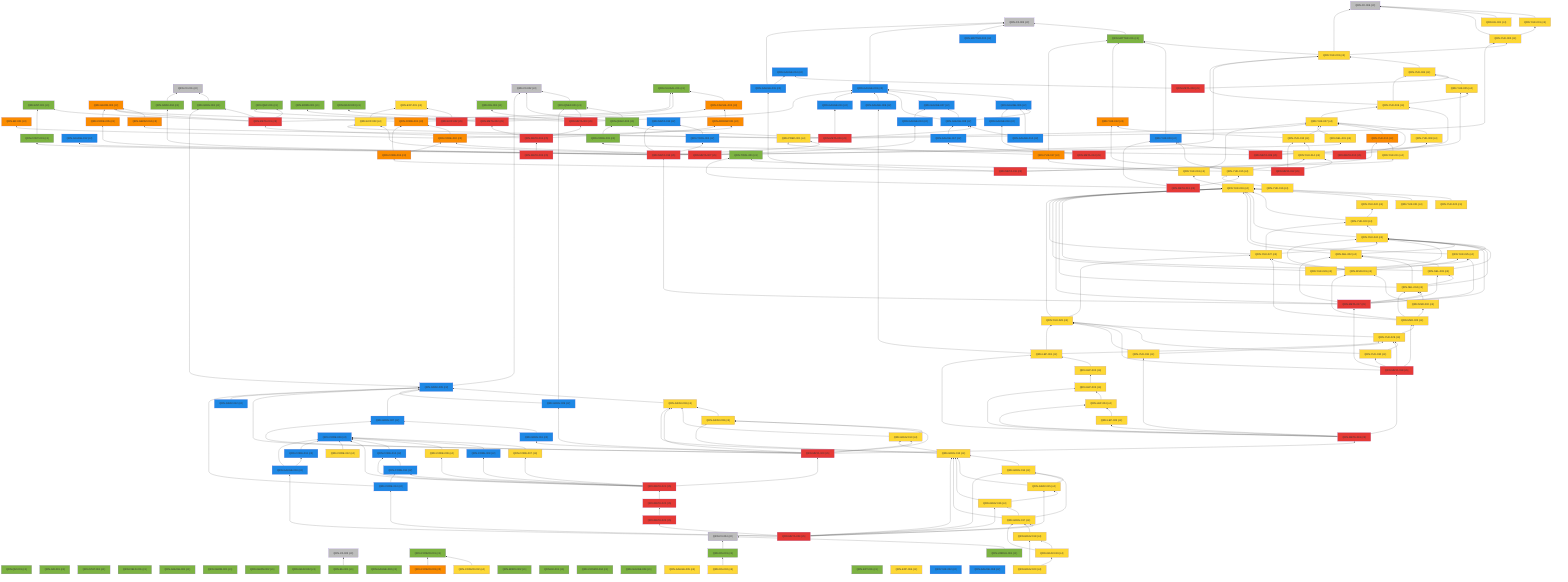
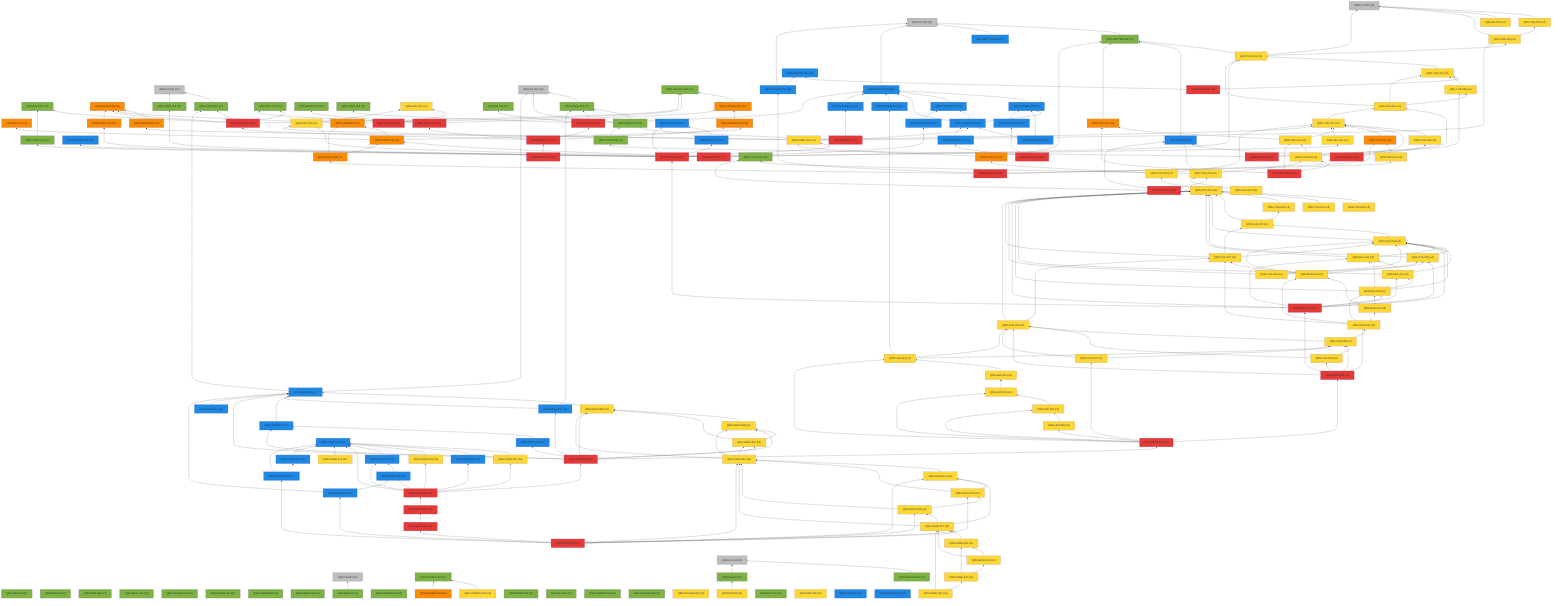
%% 自動生成 (dag/report.pl) — QRN 主張依存グラフ
graph BT
  QRN_C0_001["QRN-C0-001 (c0)"]:::c0
  QRN_C0_002["QRN-C0-002 (c0)"]:::c0
  QRN_C0_003["QRN-C0-003 (c0)"]:::c0
  QRN_C0_004["QRN-C0-004 (c0)"]:::c0
  QRN_C0_005["QRN-C0-005 (c0)"]:::c0
  QRN_C0_006["QRN-C0-006 (c0)"]:::c0
  QRN_QM_001["QRN-QM-001 (c1)"]:::c1
  QRN_GR_001["QRN-GR-001 (c1)"]:::c1
  QRN_STAT_001["QRN-STAT-001 (c1)"]:::c1
  QRN_FIELD_001["QRN-FIELD-001 (c1)"]:::c1
  QRN_GAUGE_001["QRN-GAUGE-001 (c1)"]:::c1
  QRN_ENT_001["QRN-ENT-001 (c1)"]:::c1
  QRN_GEOM_001["QRN-GEOM-001 (c1)"]:::c1
  QRN_GEOM_002["QRN-GEOM-002 (c1)"]:::c1
  QRN_GEOM_003["QRN-GEOM-003 (c3)"]:::c3
  QRN_GRAV_001["QRN-GRAV-001 (c1)"]:::c1
  QRN_GRAV_002["QRN-GRAV-002 (c1)"]:::c1
  QRN_BH_001["QRN-BH-001 (c1)"]:::c1
  QRN_CAUSAL_001["QRN-CAUSAL-001 (c1)"]:::c1
  QRN_CAUSAL_002["QRN-CAUSAL-002 (c3)"]:::c3
  QRN_ER_001["QRN-ER-001 (c3)"]:::c3
  QRN_QEC_001["QRN-QEC-001 (c1)"]:::c1
  QRN_GAUGE_002["QRN-GAUGE-002 (c1)"]:::c1
  QRN_COSMO_001["QRN-COSMO-001 (c1)"]:::c1
  QRN_COSMO_002["QRN-COSMO-002 (c4)"]:::c4
  QRN_COSMO_003["QRN-COSMO-003 (c3)"]:::c3
  QRN_BORN_001["QRN-BORN-001 (c1)"]:::c1
  QRN_BORN_002["QRN-BORN-002 (c1)"]:::c1
  QRN_GRAV_003["QRN-GRAV-003 (c1)"]:::c1
  QRN_KK_001["QRN-KK-001 (c1)"]:::c1
  QRN_MATTER_001["QRN-MATTER-001 (c1)"]:::c1
  QRN_MATTER_002["QRN-MATTER-002 (c2)"]:::c2
  QRN_COSMO_004["QRN-COSMO-004 (c1)"]:::c1
  QRN_EXP_001["QRN-EXP-001 (c4)"]:::c4
  QRN_GAUGE_003["QRN-GAUGE-003 (c2)"]:::c2
  QRN_GAUGE_004["QRN-GAUGE-004 (c1)"]:::c1
  QRN_GAUGE_005["QRN-GAUGE-005 (c4)"]:::c4
  QRN_YUK_001["QRN-YUK-001 (c4)"]:::c4
  QRN_RG_001["QRN-RG-001 (c1)"]:::c1
  QRN_UNRUH_001["QRN-UNRUH-001 (c1)"]:::c1
  QRN_QNEC_001["QRN-QNEC-001 (c1)"]:::c1
  QRN_NU_001["QRN-NU-001 (c4)"]:::c4
  QRN_GAUGE_006["QRN-GAUGE-006 (c2)"]:::c2
  QRN_DS_001["QRN-DS-001 (c1)"]:::c1
  QRN_DS_002["QRN-DS-002 (c4)"]:::c4
  QRN_ARROW_001["QRN-ARROW-001 (c3)"]:::c3
  QRN_GAUGE_007["QRN-GAUGE-007 (c2)"]:::c2
  QRN_EFT_001["QRN-EFT-001 (c1)"]:::c1
  QRN_GAUGE_008["QRN-GAUGE-008 (c2)"]:::c2
  QRN_GAUGE_009["QRN-GAUGE-009 (c2)"]:::c2
  QRN_GAUGE_010["QRN-GAUGE-010 (c2)"]:::c2
  QRN_QNEC_002["QRN-QNEC-002 (c1)"]:::c1
  QRN_GEOM_004["QRN-GEOM-004 (c3)"]:::c3
  QRN_YUK_002["QRN-YUK-002 (c4)"]:::c4
  QRN_EXP_002["QRN-EXP-002 (c5)"]:::c5
  QRN_CORE_001["QRN-CORE-001 (c3)"]:::c3
  QRN_GAUGE_011["QRN-GAUGE-011 (c2)"]:::c2
  QRN_GAUGE_012["QRN-GAUGE-012 (c2)"]:::c2
  QRN_YUK_003["QRN-YUK-003 (c4)"]:::c4
  QRN_EXP_003["QRN-EXP-003 (c4)"]:::c4
  QRN_CORE_002["QRN-CORE-002 (c3)"]:::c3
  QRN_GAUGE_013["QRN-GAUGE-013 (c2)"]:::c2
  QRN_YUK_004["QRN-YUK-004 (c4)"]:::c4
  QRN_GAUGE_014["QRN-GAUGE-014 (c2)"]:::c2
  QRN_META_001["QRN-META-001 (c5)"]:::c5
  QRN_META_002["QRN-META-002 (c5)"]:::c5
  QRN_META_003["QRN-META-003 (c5)"]:::c5
  QRN_META_004["QRN-META-004 (c5)"]:::c5
  QRN_META_005["QRN-META-005 (c5)"]:::c5
  QRN_META_006["QRN-META-006 (c5)"]:::c5
  QRN_META_007["QRN-META-007 (c5)"]:::c5
  QRN_META_008["QRN-META-008 (c5)"]:::c5
  QRN_YUK_005["QRN-YUK-005 (c4)"]:::c4
  QRN_YUK_006["QRN-YUK-006 (c4)"]:::c4
  QRN_CORE_003["QRN-CORE-003 (c1)"]:::c1
  QRN_META_009["QRN-META-009 (c5)"]:::c5
  QRN_YUK_007["QRN-YUK-007 (c4)"]:::c4
  QRN_YUK_008["QRN-YUK-008 (c4)"]:::c4
  QRN_YUK_009["QRN-YUK-009 (c2)"]:::c2
  QRN_META_010["QRN-META-010 (c5)"]:::c5
  QRN_GAUGE_015["QRN-GAUGE-015 (c2)"]:::c2
  QRN_YUK_010["QRN-YUK-010 (c3)"]:::c3
  QRN_YUK_011["QRN-YUK-011 (c4)"]:::c4
  QRN_CORE_004["QRN-CORE-004 (c3)"]:::c3
  QRN_META_011["QRN-META-011 (c5)"]:::c5
  QRN_YUK_012["QRN-YUK-012 (c3)"]:::c3
  QRN_YUK_013["QRN-YUK-013 (c4)"]:::c4
  QRN_YUK_014["QRN-YUK-014 (c4)"]:::c4
  QRN_META_012["QRN-META-012 (c5)"]:::c5
  QRN_TOOL_001["QRN-TOOL-001 (c1)"]:::c1
  QRN_YUK_015["QRN-YUK-015 (c4)"]:::c4
  QRN_META_013["QRN-META-013 (c5)"]:::c5
  QRN_GAUGE_016["QRN-GAUGE-016 (c2)"]:::c2
  QRN_GAUGE_017["QRN-GAUGE-017 (c2)"]:::c2
  QRN_META_014["QRN-META-014 (c5)"]:::c5
  QRN_META_015["QRN-META-015 (c2)"]:::c2
  QRN_TOOL_002["QRN-TOOL-002 (c2)"]:::c2
  QRN_CORE_005["QRN-CORE-005 (c3)"]:::c3
  QRN_CONT_001["QRN-CONT-001 (c1)"]:::c1
  QRN_SEL_001["QRN-SEL-001 (c4)"]:::c4
  QRN_GRAV_004["QRN-GRAV-004 (c1)"]:::c1
  QRN_PRED_001["QRN-PRED-001 (c4)"]:::c4
  QRN_META_016["QRN-META-016 (c5)"]:::c5
  QRN_YUK_016["QRN-YUK-016 (c4)"]:::c4
  QRN_YUK_017["QRN-YUK-017 (c3)"]:::c3
  QRN_YUK_018["QRN-YUK-018 (c4)"]:::c4
  QRN_YUK_019["QRN-YUK-019 (c4)"]:::c4
  QRN_YUK_020["QRN-YUK-020 (c4)"]:::c4
  QRN_YUK_021["QRN-YUK-021 (c4)"]:::c4
  QRN_YUK_022["QRN-YUK-022 (c4)"]:::c4
  QRN_YUK_023["QRN-YUK-023 (c4)"]:::c4
  QRN_YUK_024["QRN-YUK-024 (c4)"]:::c4
  QRN_YUK_025["QRN-YUK-025 (c4)"]:::c4
  QRN_SEL_002["QRN-SEL-002 (c4)"]:::c4
  QRN_SEL_003["QRN-SEL-003 (c4)"]:::c4
  QRN_SEL_004["QRN-SEL-004 (c4)"]:::c4
  QRN_META_017["QRN-META-017 (c5)"]:::c5
  QRN_YUK_026["QRN-YUK-026 (c4)"]:::c4
  QRN_YUK_027["QRN-YUK-027 (c4)"]:::c4
  QRN_MSR_001["QRN-MSR-001 (c4)"]:::c4
  QRN_MSR_002["QRN-MSR-002 (c4)"]:::c4
  QRN_MSR_003["QRN-MSR-003 (c4)"]:::c4
  QRN_YUK_028["QRN-YUK-028 (c4)"]:::c4
  QRN_YUK_029["QRN-YUK-029 (c4)"]:::c4
  QRN_YUK_030["QRN-YUK-030 (c4)"]:::c4
  QRN_META_018["QRN-META-018 (c5)"]:::c5
  QRN_YUK_031["QRN-YUK-031 (c4)"]:::c4
  QRN_LEP_001["QRN-LEP-001 (c4)"]:::c4
  QRN_LEP_002["QRN-LEP-002 (c4)"]:::c4
  QRN_LEP_003["QRN-LEP-003 (c4)"]:::c4
  QRN_LEP_004["QRN-LEP-004 (c4)"]:::c4
  QRN_LEP_005["QRN-LEP-005 (c4)"]:::c4
  QRN_META_019["QRN-META-019 (c5)"]:::c5
  QRN_GRAV_005["QRN-GRAV-005 (c2)"]:::c2
  QRN_GRAV_006["QRN-GRAV-006 (c4)"]:::c4
  QRN_GRAV_007["QRN-GRAV-007 (c2)"]:::c2
  QRN_GRAV_008["QRN-GRAV-008 (c4)"]:::c4
  QRN_GRAV_009["QRN-GRAV-009 (c2)"]:::c2
  QRN_GRAV_010["QRN-GRAV-010 (c4)"]:::c4
  QRN_GRAV_011["QRN-GRAV-011 (c2)"]:::c2
  QRN_META_020["QRN-META-020 (c5)"]:::c5
  QRN_CORE_006["QRN-CORE-006 (c2)"]:::c2
  QRN_CORE_007["QRN-CORE-007 (c4)"]:::c4
  QRN_CORE_008["QRN-CORE-008 (c2)"]:::c2
  QRN_CORE_009["QRN-CORE-009 (c4)"]:::c4
  QRN_CORE_010["QRN-CORE-010 (c2)"]:::c2
  QRN_CORE_011["QRN-CORE-011 (c2)"]:::c2
  QRN_META_021["QRN-META-021 (c5)"]:::c5
  QRN_CORE_012["QRN-CORE-012 (c4)"]:::c4
  QRN_EXP_004["QRN-EXP-004 (c4)"]:::c4
  QRN_CORE_013["QRN-CORE-013 (c2)"]:::c2
  QRN_GRAV_012["QRN-GRAV-012 (c2)"]:::c2
  QRN_YUK_032["QRN-YUK-032 (c2)"]:::c2
  QRN_GAUGE_018["QRN-GAUGE-018 (c2)"]:::c2
  QRN_META_022["QRN-META-022 (c5)"]:::c5
  QRN_META_023["QRN-META-023 (c5)"]:::c5
  QRN_CORE_014["QRN-CORE-014 (c2)"]:::c2
  QRN_GRAV_013["QRN-GRAV-013 (c4)"]:::c4
  QRN_GRAV_014["QRN-GRAV-014 (c4)"]:::c4
  QRN_GRAV_015["QRN-GRAV-015 (c4)"]:::c4
  QRN_GRAV_016["QRN-GRAV-016 (c4)"]:::c4
  QRN_GRAV_017["QRN-GRAV-017 (c4)"]:::c4
  QRN_GAUGE_019["QRN-GAUGE-019 (c2)"]:::c2
  QRN_META_024["QRN-META-024 (c5)"]:::c5
  QRN_GRAV_018["QRN-GRAV-018 (c4)"]:::c4
  QRN_GRAV_019["QRN-GRAV-019 (c4)"]:::c4
  QRN_GRAV_020["QRN-GRAV-020 (c4)"]:::c4
+   QRN_GRAV_021["QRN-GRAV-021 (c4)"]:::c4
  QRN_GRAV_001 --> QRN_C0_001
  QRN_BH_001 --> QRN_C0_003
  QRN_CAUSAL_002 --> QRN_CAUSAL_001
  QRN_COSMO_002 --> QRN_COSMO_001
  QRN_COSMO_003 --> QRN_COSMO_001
  QRN_MATTER_001 --> QRN_C0_005
  QRN_MATTER_002 --> QRN_C0_005
  QRN_GAUGE_003 --> QRN_C0_005
  QRN_YUK_001 --> QRN_C0_006
  QRN_UNRUH_001 --> QRN_C0_004
  QRN_QNEC_001 --> QRN_C0_002
  QRN_NU_001 --> QRN_C0_006
  QRN_GAUGE_006 --> QRN_GAUGE_003
  QRN_DS_001 --> QRN_C0_004
  QRN_DS_002 --> QRN_DS_001
  QRN_ARROW_001 --> QRN_CAUSAL_002
  QRN_GAUGE_007 --> QRN_GAUGE_003
  QRN_GAUGE_008 --> QRN_GAUGE_003
  QRN_GAUGE_008 --> QRN_GAUGE_006
  QRN_GAUGE_008 --> QRN_GAUGE_007
  QRN_GAUGE_009 --> QRN_GAUGE_003
  QRN_GAUGE_010 --> QRN_GAUGE_006
  QRN_GAUGE_010 --> QRN_GAUGE_008
  QRN_QNEC_002 --> QRN_C0_002
  QRN_QNEC_002 --> QRN_QNEC_001
  QRN_GEOM_004 --> QRN_GEOM_003
  QRN_YUK_002 --> QRN_C0_006
  QRN_YUK_002 --> QRN_YUK_001
  QRN_EXP_002 --> QRN_EXP_001
  QRN_CORE_001 --> QRN_GEOM_003
  QRN_CORE_001 --> QRN_CAUSAL_001
  QRN_GAUGE_011 --> QRN_GAUGE_003
  QRN_YUK_003 --> QRN_C0_006
  QRN_YUK_003 --> QRN_MATTER_001
  QRN_YUK_003 --> QRN_YUK_002
  QRN_EXP_003 --> QRN_EXP_001
  QRN_CORE_002 --> QRN_CORE_001
  QRN_CORE_002 --> QRN_ER_001
  QRN_CORE_002 --> QRN_ARROW_001
  QRN_GAUGE_013 --> QRN_GAUGE_007
  QRN_YUK_004 --> QRN_YUK_003
  QRN_META_001 --> QRN_GEOM_003
  QRN_META_001 --> QRN_GRAV_001
  QRN_META_001 --> QRN_CAUSAL_001
  QRN_META_001 --> QRN_QEC_001
  QRN_META_001 --> QRN_ENT_001
  QRN_META_002 --> QRN_QEC_001
  QRN_META_002 --> QRN_BORN_001
  QRN_META_002 --> QRN_CAUSAL_002
  QRN_META_003 --> QRN_GAUGE_003
  QRN_META_003 --> QRN_RG_001
  QRN_META_003 --> QRN_QNEC_001
  QRN_META_003 --> QRN_GRAV_003
  QRN_META_004 --> QRN_META_001
  QRN_META_004 --> QRN_META_002
  QRN_META_004 --> QRN_META_003
  QRN_META_004 --> QRN_ARROW_001
  QRN_META_005 --> QRN_META_004
  QRN_META_006 --> QRN_GAUGE_008
  QRN_META_006 --> QRN_QNEC_002
  QRN_META_006 --> QRN_GEOM_004
  QRN_META_006 --> QRN_YUK_002
  QRN_META_006 --> QRN_GAUGE_011
  QRN_META_007 --> QRN_GAUGE_012
  QRN_META_007 --> QRN_YUK_003
  QRN_META_007 --> QRN_EXP_003
  QRN_META_007 --> QRN_CORE_002
  QRN_META_007 --> QRN_GAUGE_013
  QRN_META_008 --> QRN_YUK_004
  QRN_META_008 --> QRN_GAUGE_014
  QRN_YUK_005 --> QRN_YUK_004
  QRN_YUK_006 --> QRN_YUK_003
  QRN_YUK_006 --> QRN_YUK_004
  QRN_YUK_006 --> QRN_YUK_005
  QRN_CORE_003 --> QRN_QNEC_002
  QRN_META_009 --> QRN_YUK_005
  QRN_META_009 --> QRN_YUK_006
  QRN_META_009 --> QRN_CORE_003
  QRN_YUK_007 --> QRN_YUK_006
  QRN_YUK_008 --> QRN_YUK_007
  QRN_YUK_009 --> QRN_MATTER_001
  QRN_META_010 --> QRN_YUK_007
  QRN_META_010 --> QRN_YUK_008
  QRN_META_010 --> QRN_YUK_009
  QRN_GAUGE_015 --> QRN_C0_005
  QRN_GAUGE_015 --> QRN_GAUGE_014
  QRN_YUK_010 --> QRN_YUK_007
  QRN_YUK_011 --> QRN_YUK_010
  QRN_CORE_004 --> QRN_CORE_001
  QRN_CORE_004 --> QRN_CORE_002
  QRN_META_011 --> QRN_GAUGE_015
  QRN_META_011 --> QRN_YUK_010
  QRN_META_011 --> QRN_YUK_011
  QRN_META_011 --> QRN_CORE_004
  QRN_YUK_012 --> QRN_MATTER_001
  QRN_YUK_013 --> QRN_YUK_012
  QRN_YUK_013 --> QRN_YUK_007
  QRN_YUK_014 --> QRN_YUK_013
  QRN_META_012 --> QRN_YUK_012
  QRN_META_012 --> QRN_YUK_013
  QRN_META_012 --> QRN_YUK_014
  QRN_YUK_015 --> QRN_YUK_014
  QRN_YUK_015 --> QRN_TOOL_001
  QRN_YUK_015 --> QRN_YUK_009
  QRN_META_013 --> QRN_YUK_015
  QRN_META_013 --> QRN_TOOL_001
  QRN_META_013 --> QRN_YUK_009
  QRN_GAUGE_016 --> QRN_GAUGE_006
  QRN_GAUGE_017 --> QRN_GAUGE_008
  QRN_META_014 --> QRN_GAUGE_016
  QRN_META_014 --> QRN_GAUGE_017
  QRN_TOOL_002 --> QRN_META_015
  QRN_CORE_005 --> QRN_GEOM_003
  QRN_CONT_001 --> QRN_ENT_001
  QRN_SEL_001 --> QRN_YUK_007
  QRN_GRAV_004 --> QRN_C0_001
  QRN_PRED_001 --> QRN_YUK_007
  QRN_PRED_001 --> QRN_EXP_003
  QRN_META_016 --> QRN_META_015
  QRN_META_016 --> QRN_TOOL_002
  QRN_META_016 --> QRN_CORE_005
  QRN_META_016 --> QRN_CONT_001
  QRN_META_016 --> QRN_SEL_001
  QRN_META_016 --> QRN_GRAV_004
  QRN_META_016 --> QRN_PRED_001
  QRN_YUK_016 --> QRN_YUK_015
  QRN_YUK_017 --> QRN_MATTER_001
  QRN_YUK_017 --> QRN_PRED_001
  QRN_YUK_018 --> QRN_YUK_017
  QRN_YUK_018 --> QRN_YUK_007
  QRN_YUK_019 --> QRN_YUK_018
  QRN_YUK_020 --> QRN_YUK_019
  QRN_YUK_021 --> QRN_YUK_019
  QRN_YUK_022 --> QRN_YUK_019
  QRN_YUK_023 --> QRN_YUK_019
  QRN_YUK_023 --> QRN_YUK_022
  QRN_YUK_024 --> QRN_YUK_019
  QRN_YUK_024 --> QRN_YUK_023
  QRN_YUK_025 --> QRN_YUK_019
  QRN_YUK_025 --> QRN_YUK_024
  QRN_SEL_002 --> QRN_YUK_019
  QRN_SEL_002 --> QRN_YUK_024
  QRN_SEL_003 --> QRN_YUK_019
  QRN_SEL_003 --> QRN_YUK_024
  QRN_SEL_003 --> QRN_SEL_002
  QRN_SEL_004 --> QRN_YUK_019
  QRN_SEL_004 --> QRN_YUK_024
  QRN_SEL_004 --> QRN_SEL_002
  QRN_SEL_004 --> QRN_SEL_003
  QRN_META_017 --> QRN_META_016
  QRN_META_017 --> QRN_YUK_019
  QRN_META_017 --> QRN_YUK_024
  QRN_META_017 --> QRN_YUK_025
  QRN_META_017 --> QRN_SEL_002
  QRN_META_017 --> QRN_SEL_003
  QRN_META_017 --> QRN_SEL_004
  QRN_YUK_026 --> QRN_YUK_019
  QRN_YUK_026 --> QRN_YUK_024
  QRN_YUK_026 --> QRN_YUK_025
  QRN_YUK_027 --> QRN_YUK_019
  QRN_YUK_027 --> QRN_YUK_023
  QRN_YUK_027 --> QRN_YUK_024
  QRN_MSR_001 --> QRN_YUK_024
  QRN_MSR_001 --> QRN_YUK_025
  QRN_MSR_001 --> QRN_YUK_027
  QRN_MSR_002 --> QRN_SEL_004
  QRN_MSR_002 --> QRN_MSR_001
  QRN_MSR_003 --> QRN_MSR_001
  QRN_MSR_003 --> QRN_MSR_002
  QRN_MSR_003 --> QRN_SEL_004
  QRN_MSR_003 --> QRN_YUK_027
  QRN_YUK_028 --> QRN_YUK_019
  QRN_YUK_028 --> QRN_YUK_027
  QRN_YUK_029 --> QRN_YUK_028
  QRN_YUK_029 --> QRN_MSR_003
  QRN_YUK_030 --> QRN_YUK_028
  QRN_YUK_030 --> QRN_YUK_029
  QRN_META_018 --> QRN_META_017
  QRN_META_018 --> QRN_MSR_003
  QRN_META_018 --> QRN_YUK_028
  QRN_META_018 --> QRN_YUK_029
  QRN_META_018 --> QRN_YUK_030
  QRN_YUK_031 --> QRN_YUK_028
  QRN_YUK_031 --> QRN_YUK_029
  QRN_LEP_001 --> QRN_YUK_028
  QRN_LEP_001 --> QRN_YUK_029
  QRN_LEP_001 --> QRN_GAUGE_009
  QRN_LEP_002 --> QRN_LEP_001
  QRN_LEP_003 --> QRN_LEP_002
  QRN_LEP_004 --> QRN_LEP_003
  QRN_LEP_005 --> QRN_LEP_004
  QRN_META_019 --> QRN_META_018
  QRN_META_019 --> QRN_YUK_031
  QRN_META_019 --> QRN_LEP_001
  QRN_META_019 --> QRN_LEP_003
  QRN_META_019 --> QRN_LEP_004
  QRN_META_019 --> QRN_LEP_005
  QRN_GRAV_005 --> QRN_C0_002
  QRN_GRAV_005 --> QRN_GRAV_001
  QRN_GRAV_006 --> QRN_GRAV_005
  QRN_GRAV_007 --> QRN_GRAV_005
  QRN_GRAV_008 --> QRN_GRAV_006
  QRN_GRAV_009 --> QRN_GRAV_005
  QRN_GRAV_009 --> QRN_QNEC_001
  QRN_GRAV_010 --> QRN_GRAV_006
  QRN_GRAV_010 --> QRN_GRAV_008
  QRN_GRAV_011 --> QRN_GRAV_007
  QRN_META_020 --> QRN_META_019
  QRN_META_020 --> QRN_GRAV_005
  QRN_META_020 --> QRN_GRAV_006
  QRN_META_020 --> QRN_GRAV_007
  QRN_META_020 --> QRN_GRAV_008
  QRN_META_020 --> QRN_GRAV_009
  QRN_META_020 --> QRN_GRAV_010
  QRN_META_020 --> QRN_GRAV_011
  QRN_CORE_007 --> QRN_CORE_006
  QRN_CORE_008 --> QRN_CORE_006
  QRN_CORE_009 --> QRN_CORE_006
  QRN_CORE_010 --> QRN_CORE_006
  QRN_CORE_011 --> QRN_CORE_010
  QRN_META_021 --> QRN_META_020
  QRN_META_021 --> QRN_CORE_006
  QRN_META_021 --> QRN_CORE_007
  QRN_META_021 --> QRN_CORE_008
  QRN_META_021 --> QRN_CORE_009
  QRN_META_021 --> QRN_CORE_010
  QRN_META_021 --> QRN_CORE_011
  QRN_CORE_012 --> QRN_CORE_006
  QRN_CORE_013 --> QRN_CORE_006
  QRN_GRAV_012 --> QRN_GRAV_005
  QRN_META_022 --> QRN_META_021
  QRN_META_023 --> QRN_META_022
  QRN_CORE_014 --> QRN_CORE_011
  QRN_CORE_014 --> QRN_GRAV_005
  QRN_GRAV_013 --> QRN_GRAV_006
  QRN_GRAV_013 --> QRN_GRAV_008
  QRN_GRAV_013 --> QRN_GRAV_010
  QRN_GRAV_014 --> QRN_GRAV_013
  QRN_GRAV_015 --> QRN_GRAV_013
  QRN_GRAV_015 --> QRN_GRAV_014
  QRN_GRAV_016 --> QRN_GRAV_013
  QRN_GRAV_016 --> QRN_GRAV_015
  QRN_GRAV_017 --> QRN_GRAV_013
  QRN_GRAV_017 --> QRN_GRAV_014
  QRN_GRAV_017 --> QRN_GRAV_016
  QRN_GAUGE_019 --> QRN_CORE_006
  QRN_GAUGE_019 --> QRN_CORE_013
  QRN_META_024 --> QRN_CORE_014
  QRN_META_024 --> QRN_GRAV_013
  QRN_META_024 --> QRN_GRAV_014
  QRN_META_024 --> QRN_GRAV_015
  QRN_META_024 --> QRN_GRAV_016
  QRN_META_024 --> QRN_GRAV_017
  QRN_META_024 --> QRN_GAUGE_019
  QRN_META_024 --> QRN_META_023
  QRN_GRAV_018 --> QRN_GRAV_017
  QRN_GRAV_019 --> QRN_GRAV_017
  QRN_GRAV_019 --> QRN_GRAV_018
  QRN_GRAV_020 --> QRN_GRAV_018
  QRN_GRAV_020 --> QRN_GRAV_019
+   QRN_GRAV_021 --> QRN_GRAV_017
+   QRN_GRAV_021 --> QRN_GRAV_020
  classDef c0 fill:#bdbdbd
  classDef c1 fill:#7cb342
  classDef c2 fill:#1e88e5
  classDef c3 fill:#fb8c00
  classDef c4 fill:#fdd835
  classDef c5 fill:#e53935
